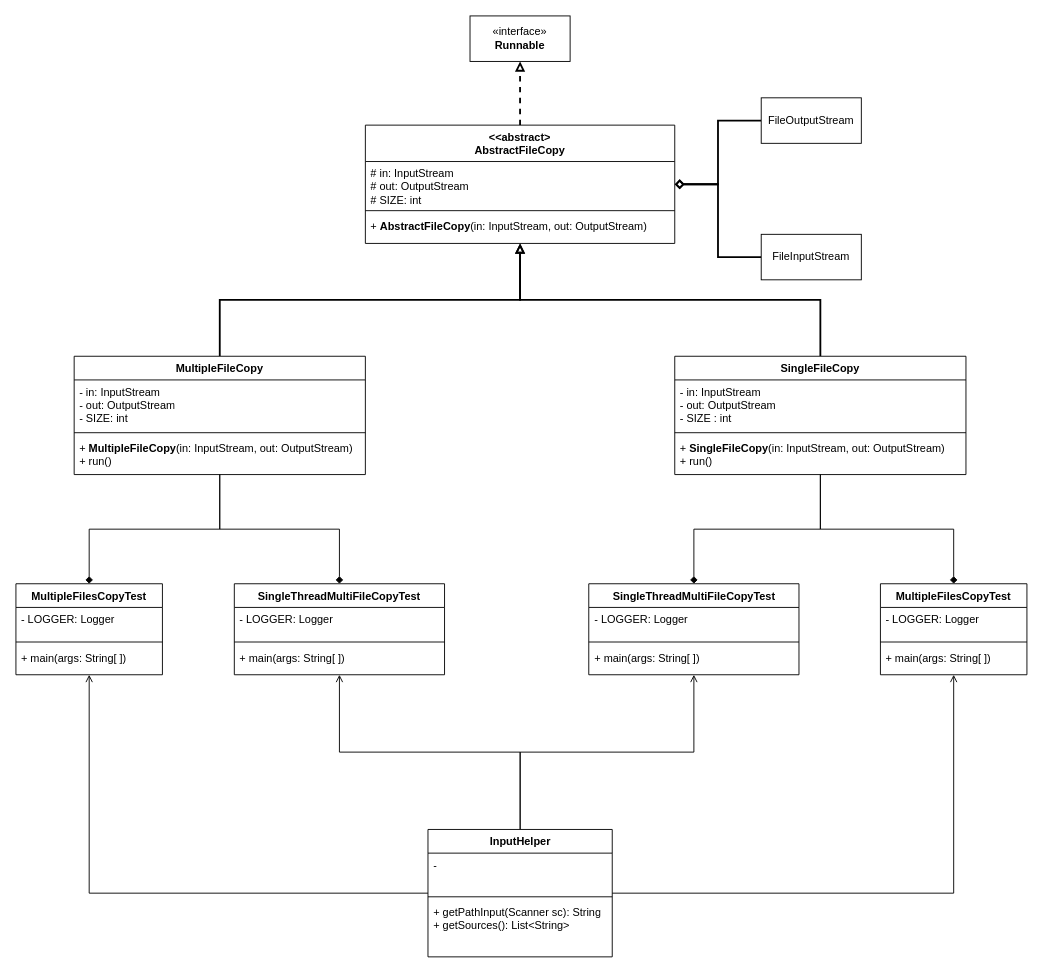
Earlier version of the draw.io diagram page "SingleFileCopy" (1 of 3) of examples/src/thread/thread.drawio (id3ntity99/java). Source tidied: cells renumbered, new cells numbered last; positions are measured from the earlier drawing's top-left corner, leaving out a move shared by most shapes. Both pictures are drawn from the tidied source at 91%, with x=0, y=0 at pixel (15, 15).
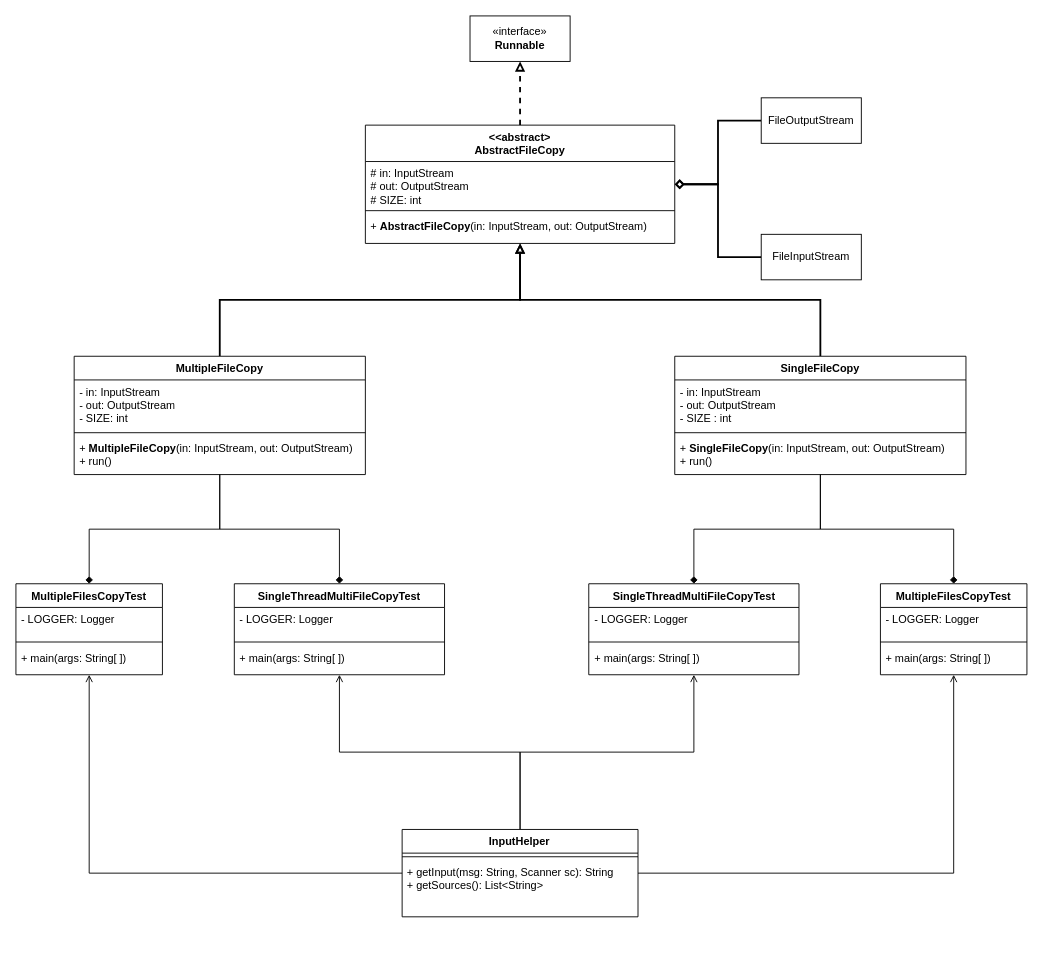
The same page after the edit.

Commit message:
Changed InputHelper.getPathInput() method name

The edit, as a diff of the source:
```diff
@@
     <mxCell id="30" value="InputHelper" style="swimlane;fontStyle=1;align=center;verticalAlign=top;horizontal=1;startSize=26;whiteSpace=wrap;html=1;" parent="1" vertex="1">
-      <mxGeometry x="452.8" y="894" width="202.5" height="140" as="geometry" />
+      <mxGeometry x="424.4" y="894" width="259.2" height="96" as="geometry" />
     </mxCell>
-    <mxCell id="31" value="-" style="text;strokeColor=none;fillColor=none;align=left;verticalAlign=top;spacingLeft=4;spacingRight=4;overflow=hidden;whiteSpace=wrap;html=1;" parent="30" vertex="1">
-      <mxGeometry y="26" width="202.5" height="44" as="geometry" />
-    </mxCell>
     <mxCell id="32" style="line;strokeWidth=1;fillColor=none;align=left;verticalAlign=middle;spacingTop=-1;spacingLeft=3;spacingRight=3;labelPosition=right;strokeColor=inherit;" parent="30" vertex="1">
-      <mxGeometry y="70" width="202.5" height="8" as="geometry" />
+      <mxGeometry y="26" width="259.2" height="8" as="geometry" />
     </mxCell>
-    <mxCell id="33" value="&lt;div&gt;&lt;span style=&quot;background-color: transparent; color: light-dark(rgb(0, 0, 0), rgb(255, 255, 255));&quot;&gt;+ getPathInput(Scanner sc): String&lt;/span&gt;&lt;br&gt;&lt;/div&gt;&lt;div&gt;+ getSources(): List&amp;lt;String&amp;gt;&lt;/div&gt;&lt;div&gt;&lt;br&gt;&lt;/div&gt;" style="text;strokeColor=none;fillColor=none;align=left;verticalAlign=top;spacingLeft=4;spacingRight=4;overflow=hidden;whiteSpace=wrap;html=1;" parent="30" vertex="1">
-      <mxGeometry y="78" width="202.5" height="62" as="geometry" />
+    <mxCell id="33" value="&lt;div&gt;&lt;span style=&quot;background-color: transparent; color: light-dark(rgb(0, 0, 0), rgb(255, 255, 255));&quot;&gt;+ getInput(msg: String, Scanner sc): String&lt;/span&gt;&lt;br&gt;&lt;/div&gt;&lt;div&gt;+ getSources(): List&amp;lt;String&amp;gt;&lt;/div&gt;&lt;div&gt;&lt;br&gt;&lt;/div&gt;" style="text;strokeColor=none;fillColor=none;align=left;verticalAlign=top;spacingLeft=4;spacingRight=4;overflow=hidden;whiteSpace=wrap;html=1;" parent="30" vertex="1">
+      <mxGeometry y="34" width="259.2" height="62" as="geometry" />
     </mxCell>
```
